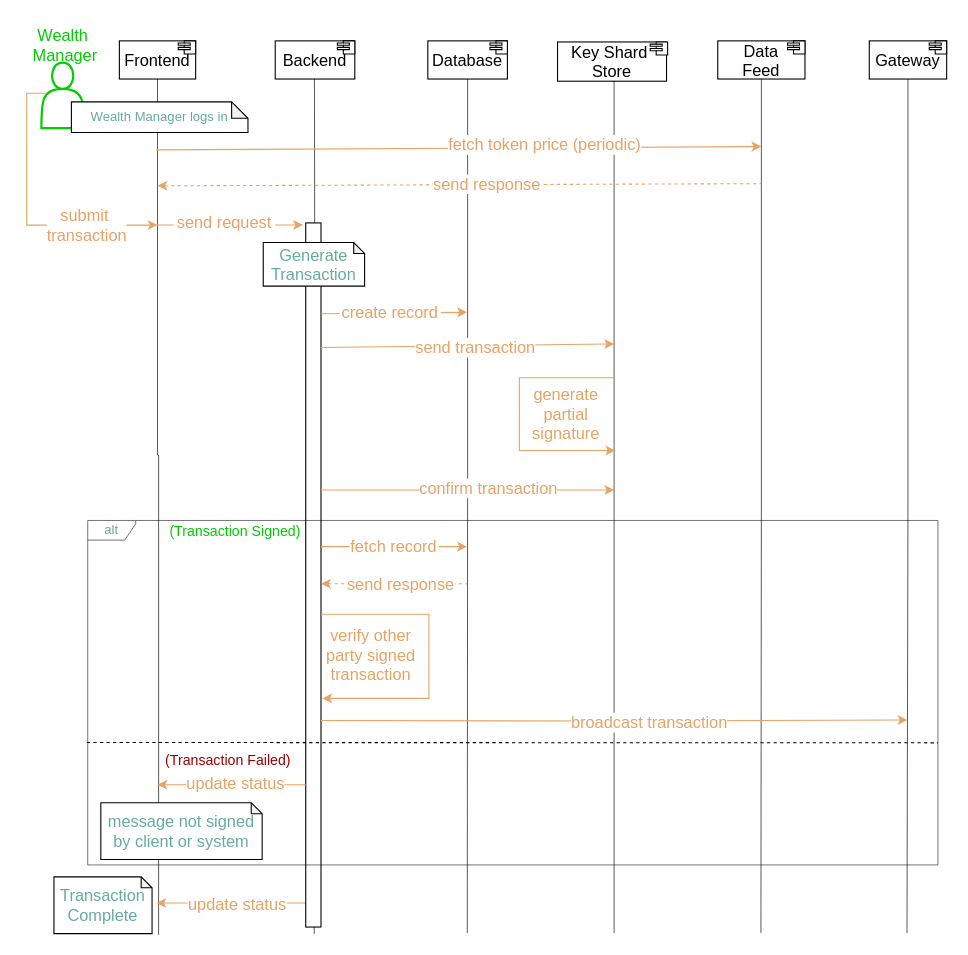
Earlier version of the draw.io diagram page "txn" (1 of 13) of drawio-diagrams/wallet_architecture.drawio (dlt-science/crypto-mpc-wallet-bloom). Source tidied: cells renumbered, new cells numbered last; positions are measured from the earlier drawing's top-left corner, leaving out a move shared by most shapes. Both pictures are drawn from the tidied source at 109%, with x=0, y=0 at pixel (22, 19).
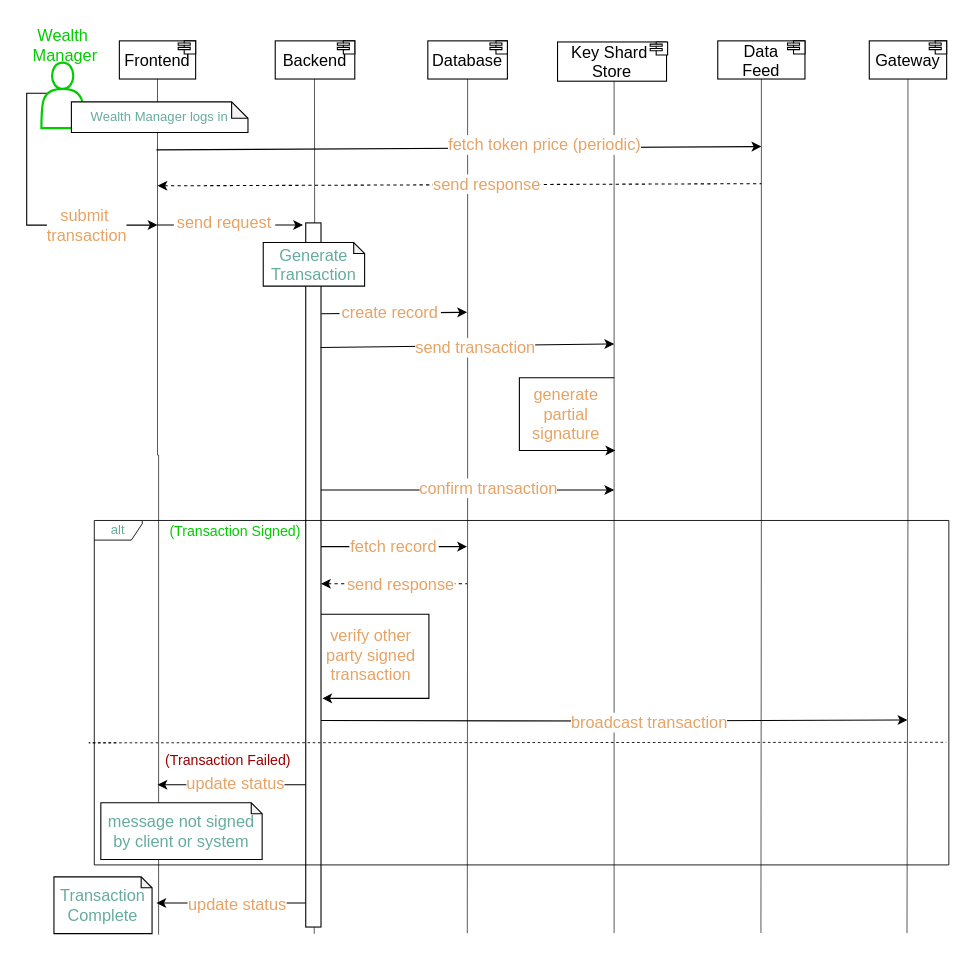
After the change.

The change refers to these unchanged cells:
```xml
<mxCell id="20" style="rounded=0;whiteSpace=wrap;html=1;" parent="1" vertex="1">
  <mxGeometry x="260" y="187" width="14" height="646" as="geometry" />
</mxCell>
```

The edit, as a diff of the source:
```diff
@@
-    <mxCell id="13" style="endArrow=classic;html=1;rounded=0;strokeColor=#E6A365;" parent="1" edge="1">
+    <mxCell id="13" style="endArrow=classic;html=1;rounded=0;strokeColor=#000000;" parent="1" edge="1">
       <mxGeometry relative="1" as="geometry">
         <mxPoint x="123" y="120" as="sourcePoint" />
         <mxPoint x="678" y="117" as="targetPoint" />
       </mxGeometry>
     </mxCell>
@@
-    <mxCell id="15" style="endArrow=none;html=1;rounded=0;startArrow=classic;startFill=1;endFill=0;dashed=1;strokeColor=#E6A365;" parent="1" edge="1">
+    <mxCell id="15" style="endArrow=none;html=1;rounded=0;startArrow=classic;startFill=1;endFill=0;dashed=1;strokeColor=#000000;" parent="1" edge="1">
       <mxGeometry relative="1" as="geometry">
         <mxPoint x="124" y="153" as="sourcePoint" />
         <mxPoint x="678" y="151" as="targetPoint" />
       </mxGeometry>
     </mxCell>
@@
-    <mxCell id="17" style="edgeStyle=orthogonalEdgeStyle;rounded=0;orthogonalLoop=1;jettySize=auto;html=1;strokeColor=#E6A365;" parent="1" edge="1">
+    <mxCell id="17" style="edgeStyle=orthogonalEdgeStyle;rounded=0;orthogonalLoop=1;jettySize=auto;html=1;strokeColor=#000000;" parent="1" edge="1">
       <mxGeometry relative="1" as="geometry">
         <mxPoint x="37" y="68" as="sourcePoint" />
         <mxPoint x="124" y="189" as="targetPoint" />
         <Array as="points">
           <mxPoint x="4" y="68" />
           <mxPoint x="4" y="189" />
         </Array>
       </mxGeometry>
     </mxCell>
-    <mxCell id="18" style="edgeStyle=orthogonalEdgeStyle;rounded=0;orthogonalLoop=1;jettySize=auto;html=1;exitX=0;exitY=1;exitDx=0;exitDy=0;entryX=1;entryY=0.5;entryDx=0;entryDy=0;strokeColor=#E6A365;" parent="1" edge="1">
+    <mxCell id="18" style="edgeStyle=orthogonalEdgeStyle;rounded=0;orthogonalLoop=1;jettySize=auto;html=1;exitX=0;exitY=1;exitDx=0;exitDy=0;entryX=1;entryY=0.5;entryDx=0;entryDy=0;strokeColor=#000000;" parent="1" edge="1">
       <mxGeometry relative="1" as="geometry">
         <mxPoint x="260" y="811" as="sourcePoint" />
         <mxPoint x="123" y="811" as="targetPoint" />
         <Array as="points">
           <mxPoint x="220" y="811" />
           <mxPoint x="220" y="811" />
         </Array>
       </mxGeometry>
     </mxCell>
@@
-    <mxCell id="23" style="endArrow=classic;html=1;rounded=0;exitX=1.023;exitY=0.129;exitDx=0;exitDy=0;exitPerimeter=0;strokeColor=#E6A365;" parent="1" edge="1" source="20">
+    <mxCell id="23" style="endArrow=classic;html=1;rounded=0;exitX=1.023;exitY=0.129;exitDx=0;exitDy=0;exitPerimeter=0;strokeColor=#000000;" parent="1" edge="1" source="20">
       <mxGeometry relative="1" as="geometry">
         <mxPoint x="408" y="269" as="targetPoint" />
       </mxGeometry>
     </mxCell>
-    <mxCell id="24" style="endArrow=classic;html=1;rounded=0;exitX=0.977;exitY=0.177;exitDx=0;exitDy=0;exitPerimeter=0;strokeColor=#E6A365;" parent="1" edge="1" source="20">
+    <mxCell id="24" style="endArrow=classic;html=1;rounded=0;exitX=0.977;exitY=0.177;exitDx=0;exitDy=0;exitPerimeter=0;strokeColor=#000000;" parent="1" edge="1" source="20">
       <mxGeometry relative="1" as="geometry">
         <mxPoint x="543" y="298" as="targetPoint" />
       </mxGeometry>
     </mxCell>
@@
-    <mxCell id="26" style="edgeStyle=orthogonalEdgeStyle;rounded=0;orthogonalLoop=1;jettySize=auto;html=1;entryX=0.008;entryY=0.857;entryDx=0;entryDy=0;entryPerimeter=0;strokeColor=#E6A365;" parent="1" edge="1">
+    <mxCell id="26" style="edgeStyle=orthogonalEdgeStyle;rounded=0;orthogonalLoop=1;jettySize=auto;html=1;entryX=0.008;entryY=0.857;entryDx=0;entryDy=0;entryPerimeter=0;strokeColor=#000000;" parent="1" edge="1">
       <mxGeometry relative="1" as="geometry">
         <mxPoint x="543" y="329" as="sourcePoint" />
         <mxPoint x="544" y="395.8" as="targetPoint" />
         <Array as="points">
           <mxPoint x="543" y="329" />
           <mxPoint x="456" y="329" />
           <mxPoint x="456" y="396" />
         </Array>
       </mxGeometry>
     </mxCell>
@@
-    <mxCell id="29" style="endArrow=classic;html=1;rounded=0;exitX=1.023;exitY=0.129;exitDx=0;exitDy=0;exitPerimeter=0;strokeColor=#E6A365;" parent="1" edge="1">
+    <mxCell id="29" style="endArrow=classic;html=1;rounded=0;exitX=1.023;exitY=0.129;exitDx=0;exitDy=0;exitPerimeter=0;strokeColor=#000000;" parent="1" edge="1">
       <mxGeometry relative="1" as="geometry">
         <mxPoint x="274" y="484" as="sourcePoint" />
         <mxPoint x="408" y="484" as="targetPoint" />
       </mxGeometry>
     </mxCell>
-    <mxCell id="30" style="endArrow=none;html=1;rounded=0;exitX=1.023;exitY=0.129;exitDx=0;exitDy=0;exitPerimeter=0;startArrow=classic;startFill=1;endFill=0;dashed=1;strokeColor=#E6A365;" parent="1" edge="1">
+    <mxCell id="30" style="endArrow=none;html=1;rounded=0;exitX=1.023;exitY=0.129;exitDx=0;exitDy=0;exitPerimeter=0;startArrow=classic;startFill=1;endFill=0;dashed=1;strokeColor=#000000;" parent="1" edge="1">
       <mxGeometry relative="1" as="geometry">
         <mxPoint x="274" y="518" as="sourcePoint" />
         <mxPoint x="408" y="518" as="targetPoint" />
       </mxGeometry>
     </mxCell>
@@
-    <mxCell id="32" style="edgeStyle=orthogonalEdgeStyle;rounded=0;orthogonalLoop=1;jettySize=auto;html=1;entryX=1.089;entryY=0.667;entryDx=0;entryDy=0;entryPerimeter=0;strokeColor=#E6A365;" parent="1" edge="1">
+    <mxCell id="32" style="edgeStyle=orthogonalEdgeStyle;rounded=0;orthogonalLoop=1;jettySize=auto;html=1;entryX=1.089;entryY=0.667;entryDx=0;entryDy=0;entryPerimeter=0;strokeColor=#000000;" parent="1" edge="1">
       <mxGeometry relative="1" as="geometry">
         <mxPoint x="274" y="546" as="sourcePoint" />
         <mxPoint x="275.2" y="623.2" as="targetPoint" />
         <Array as="points">
           <mxPoint x="373" y="546" />
           <mxPoint x="373" y="623" />
         </Array>
       </mxGeometry>
     </mxCell>
@@
-    <mxCell id="34" style="edgeStyle=orthogonalEdgeStyle;rounded=0;orthogonalLoop=1;jettySize=auto;html=1;exitX=1;exitY=0.5;exitDx=0;exitDy=0;strokeColor=#E6A365;" parent="1" edge="1">
+    <mxCell id="34" style="edgeStyle=orthogonalEdgeStyle;rounded=0;orthogonalLoop=1;jettySize=auto;html=1;exitX=1;exitY=0.5;exitDx=0;exitDy=0;strokeColor=#000000;" parent="1" edge="1">
       <mxGeometry relative="1" as="geometry">
         <mxPoint x="274" y="643.5" as="sourcePoint" />
         <mxPoint x="812" y="643" as="targetPoint" />
       </mxGeometry>
     </mxCell>
-    <mxCell id="35" style="edgeStyle=orthogonalEdgeStyle;rounded=0;orthogonalLoop=1;jettySize=auto;html=1;entryX=1;entryY=0.5;entryDx=0;entryDy=0;strokeColor=#E6A365;" parent="1" edge="1">
+    <mxCell id="35" style="edgeStyle=orthogonalEdgeStyle;rounded=0;orthogonalLoop=1;jettySize=auto;html=1;entryX=1;entryY=0.5;entryDx=0;entryDy=0;strokeColor=#000000;" parent="1" edge="1">
       <mxGeometry relative="1" as="geometry">
         <mxPoint x="260" y="702.5" as="sourcePoint" />
         <mxPoint x="124" y="702.5" as="targetPoint" />
       </mxGeometry>
     </mxCell>
@@
-    <mxCell id="40" value="&lt;font color=&quot;#67ab9f&quot;&gt;alt&lt;/font&gt;" style="shape=umlFrame;whiteSpace=wrap;html=1;width=44;height=18;strokeWidth=0.5;" parent="1" vertex="1">
-      <mxGeometry x="60" y="460" width="780" height="316" as="geometry" />
+    <mxCell id="40" value="&lt;font color=&quot;#67ab9f&quot;&gt;alt&lt;/font&gt;" style="shape=umlFrame;whiteSpace=wrap;html=1;width=44;height=18;strokeWidth=0.8;labelBackgroundColor=default;" parent="1" vertex="1">
+      <mxGeometry x="66" y="460" width="784" height="316" as="geometry" />
     </mxCell>
-    <mxCell id="41" style="edgeStyle=orthogonalEdgeStyle;rounded=0;orthogonalLoop=1;jettySize=auto;html=1;endArrow=none;endFill=0;dashed=1;exitX=-0.001;exitY=0.594;exitDx=0;exitDy=0;exitPerimeter=0;" parent="1" edge="1">
+    <mxCell id="41" style="edgeStyle=orthogonalEdgeStyle;rounded=0;jettySize=auto;html=1;endArrow=none;endFill=0;dashed=1;entryX=0.997;entryY=0.644;entryDx=0;entryDy=0;entryPerimeter=0;strokeWidth=0.8;" parent="1" edge="1" target="40">
       <mxGeometry relative="1" as="geometry">
-        <mxPoint x="59.2" y="663.7" as="sourcePoint" />
-        <mxPoint x="840" y="664" as="targetPoint" />
+        <mxPoint x="86" y="664" as="sourcePoint" />
         <Array as="points">
           <mxPoint x="61" y="664" />
         </Array>
       </mxGeometry>
     </mxCell>
@@
-    <mxCell id="43" style="edgeStyle=orthogonalEdgeStyle;rounded=0;orthogonalLoop=1;jettySize=auto;html=1;strokeColor=#E6A365;" parent="1" edge="1">
+    <mxCell id="43" style="edgeStyle=orthogonalEdgeStyle;rounded=0;orthogonalLoop=1;jettySize=auto;html=1;strokeColor=#000000;" parent="1" edge="1">
       <mxGeometry relative="1" as="geometry">
         <mxPoint x="275" y="432" as="sourcePoint" />
         <mxPoint x="543" y="432" as="targetPoint" />
         <Array as="points">
           <mxPoint x="274" y="432" />
         </Array>
       </mxGeometry>
     </mxCell>
@@
-    <mxCell id="57" style="endArrow=classic;html=1;rounded=0;exitX=1.023;exitY=0.129;exitDx=0;exitDy=0;exitPerimeter=0;strokeColor=#E6A365;" parent="1" edge="1">
+    <mxCell id="57" style="endArrow=classic;html=1;rounded=0;exitX=1.023;exitY=0.129;exitDx=0;exitDy=0;exitPerimeter=0;strokeColor=#000000;" parent="1" edge="1">
       <mxGeometry relative="1" as="geometry">
         <mxPoint x="123.5" y="188.9" as="sourcePoint" />
         <mxPoint x="257.5" y="188.9" as="targetPoint" />
       </mxGeometry>
     </mxCell>
```
